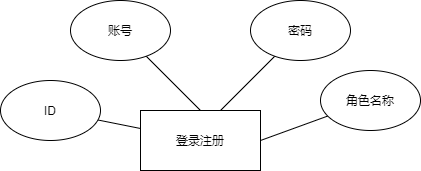
Earlier version of the draw.io export 登录注册实体E-R图.png (deepinsea/draw). Source tidied: cells renumbered, new cells last; positions are measured from the earlier drawing's top-left corner, leaving out a move shared by most shapes.
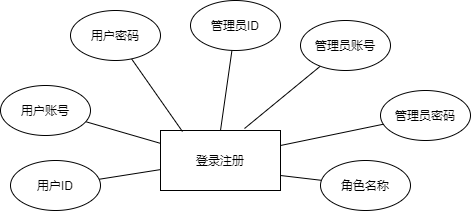
After the change.

Commit message:
更新登录注册实体E-R图.png

The edit, as a diff of the source:
```diff
@@ -8,30 +8,44 @@
     <mxCell id="3" style="rounded=0;jettySize=auto;html=1;endArrow=none;endFill=0;" parent="1" edge="1" source="4" target="2">
       <mxGeometry relative="1" as="geometry" />
     </mxCell>
-    <mxCell id="4" value="ID" style="ellipse;whiteSpace=wrap;html=1;" parent="1" vertex="1">
-      <mxGeometry y="80" width="100" height="60" as="geometry" />
+    <mxCell id="4" value="用户ID" style="ellipse;whiteSpace=wrap;html=1;" parent="1" vertex="1">
+      <mxGeometry x="-10" y="140" width="90" height="50" as="geometry" />
     </mxCell>
-    <mxCell id="5" style="edgeStyle=none;rounded=0;jettySize=auto;html=1;entryX=0.5;entryY=0;entryDx=0;entryDy=0;endArrow=none;endFill=0;" parent="1" edge="1" source="6" target="2">
-      <mxGeometry relative="1" as="geometry" />
-    </mxCell>
-    <mxCell id="6" value="账号" style="ellipse;whiteSpace=wrap;html=1;" parent="1" vertex="1">
-      <mxGeometry x="70" width="100" height="60" as="geometry" />
-    </mxCell>
-    <mxCell id="7" style="edgeStyle=none;rounded=0;jettySize=auto;html=1;entryX=1;entryY=0;entryDx=0;entryDy=0;endArrow=none;endFill=0;" parent="1" edge="1" source="8" target="2">
-      <mxGeometry relative="1" as="geometry">
-        <Array as="points">
-          <mxPoint x="220" y="110" />
-        </Array>
-      </mxGeometry>
-    </mxCell>
-    <mxCell id="8" value="密码" style="ellipse;whiteSpace=wrap;html=1;" parent="1" vertex="1">
-      <mxGeometry x="250" width="100" height="60" as="geometry" />
-    </mxCell>
+    <mxCell id="11" style="rounded=0;jettySize=auto;html=1;endArrow=none;endFill=0;" parent="1" edge="1" source="12" target="2">
+      <mxGeometry relative="1" as="geometry" />
+    </mxCell>
+    <mxCell id="12" value="用户账号" style="ellipse;whiteSpace=wrap;html=1;" parent="1" vertex="1">
+      <mxGeometry x="-20" y="65" width="90" height="50" as="geometry" />
+    </mxCell>
+    <mxCell id="13" style="edgeStyle=none;rounded=0;jettySize=auto;html=1;entryX=0.183;entryY=0.017;entryDx=0;entryDy=0;entryPerimeter=0;endArrow=none;endFill=0;" parent="1" edge="1" source="14" target="2">
+      <mxGeometry relative="1" as="geometry" />
+    </mxCell>
+    <mxCell id="14" value="用户密码" style="ellipse;whiteSpace=wrap;html=1;" parent="1" vertex="1">
+      <mxGeometry x="50" y="-10" width="90" height="50" as="geometry" />
+    </mxCell>
+    <mxCell id="15" style="edgeStyle=none;rounded=0;jettySize=auto;html=1;entryX=0.5;entryY=0;entryDx=0;entryDy=0;endArrow=none;endFill=0;" parent="1" edge="1" source="16" target="2">
+      <mxGeometry relative="1" as="geometry" />
+    </mxCell>
+    <mxCell id="16" value="管理员ID" style="ellipse;whiteSpace=wrap;html=1;" parent="1" vertex="1">
+      <mxGeometry x="170" y="-20" width="90" height="50" as="geometry" />
+    </mxCell>
+    <mxCell id="17" style="edgeStyle=none;rounded=0;jettySize=auto;html=1;entryX=0.7;entryY=-0.033;entryDx=0;entryDy=0;entryPerimeter=0;endArrow=none;endFill=0;" parent="1" edge="1" source="18" target="2">
+      <mxGeometry relative="1" as="geometry" />
+    </mxCell>
+    <mxCell id="18" value="管理员账号" style="ellipse;whiteSpace=wrap;html=1;" parent="1" vertex="1">
+      <mxGeometry x="280" width="90" height="50" as="geometry" />
+    </mxCell>
+    <mxCell id="19" style="edgeStyle=none;rounded=0;jettySize=auto;html=1;entryX=1;entryY=0.25;entryDx=0;entryDy=0;endArrow=none;endFill=0;" parent="1" edge="1" source="20" target="2">
+      <mxGeometry relative="1" as="geometry" />
+    </mxCell>
+    <mxCell id="20" value="管理员密码" style="ellipse;whiteSpace=wrap;html=1;" parent="1" vertex="1">
+      <mxGeometry x="360" y="70" width="90" height="50" as="geometry" />
+    </mxCell>
-    <mxCell id="9" style="rounded=0;jettySize=auto;html=1;entryX=1;entryY=0.5;entryDx=0;entryDy=0;endArrow=none;endFill=0;" parent="1" edge="1" source="10" target="2">
+    <mxCell id="9" style="edgeStyle=none;rounded=0;jettySize=auto;html=1;entryX=1;entryY=0.75;entryDx=0;entryDy=0;endArrow=none;endFill=0;" parent="1" edge="1" source="10" target="2">
       <mxGeometry relative="1" as="geometry" />
     </mxCell>
     <mxCell id="10" value="角色名称" style="ellipse;whiteSpace=wrap;html=1;" parent="1" vertex="1">
-      <mxGeometry x="320" y="70" width="100" height="60" as="geometry" />
+      <mxGeometry x="300" y="140" width="90" height="50" as="geometry" />
     </mxCell>
   </root>
 </mxGraphModel>
```
